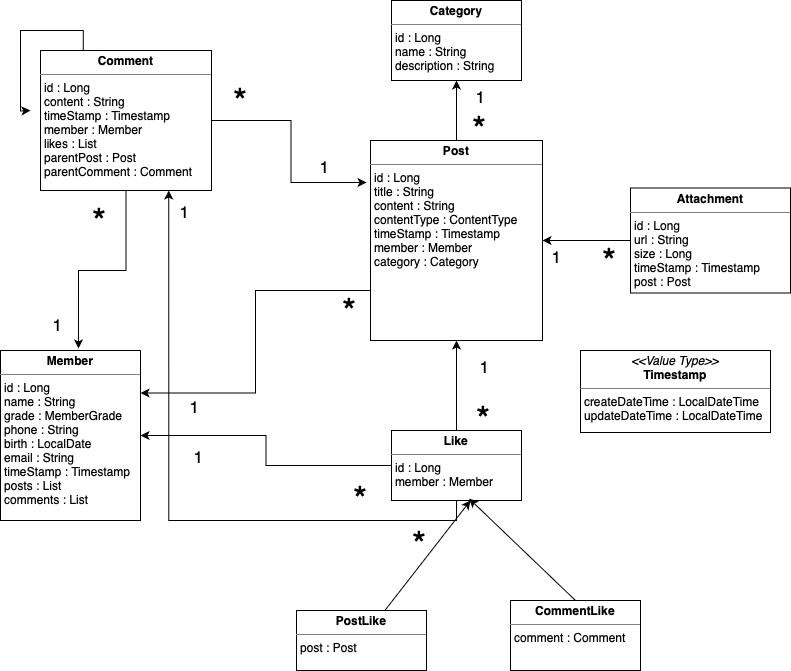
Seoultech-Darakbang/Community1 keeps this draw.io diagram as diagram/class_diagram.png. Above is the earlier version. Source tidied: cells renumbered, new cells last; positions are measured from the earlier drawing's top-left corner, leaving out a move shared by most shapes.
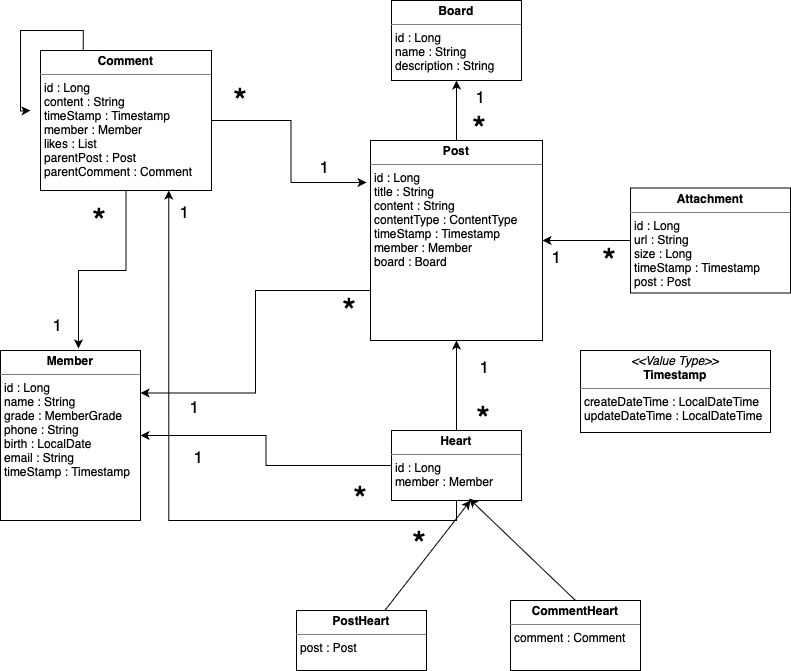
After the change.

Commit message:
change class name

Diff of the diagram source:
```diff
@@ -2,7 +2,7 @@
   <root>
     <mxCell id="0" />
     <mxCell id="1" parent="0" />
-    <mxCell id="2" value="&lt;p style=&quot;margin:0px;margin-top:4px;text-align:center;&quot;&gt;&lt;b&gt;Member&lt;/b&gt;&lt;/p&gt;&lt;hr size=&quot;1&quot; style=&quot;border-style:solid;&quot;&gt;&lt;p style=&quot;margin:0px;margin-left:4px;&quot;&gt;id : Long&lt;/p&gt;&lt;p style=&quot;margin:0px;margin-left:4px;&quot;&gt;name : String&lt;/p&gt;&lt;p style=&quot;margin:0px;margin-left:4px;&quot;&gt;grade : MemberGrade&lt;/p&gt;&lt;p style=&quot;margin:0px;margin-left:4px;&quot;&gt;phone : String&lt;/p&gt;&lt;p style=&quot;margin:0px;margin-left:4px;&quot;&gt;birth : LocalDate&lt;/p&gt;&lt;p style=&quot;margin:0px;margin-left:4px;&quot;&gt;email : String&lt;/p&gt;&lt;p style=&quot;margin:0px;margin-left:4px;&quot;&gt;timeStamp : Timestamp&lt;br&gt;&lt;/p&gt;&lt;p style=&quot;margin:0px;margin-left:4px;&quot;&gt;posts : List&lt;/p&gt;&lt;p style=&quot;margin:0px;margin-left:4px;&quot;&gt;comments : List&lt;/p&gt;" style="verticalAlign=top;align=left;overflow=fill;html=1;whiteSpace=wrap;" parent="1" vertex="1">
+    <mxCell id="2" value="&lt;p style=&quot;margin:0px;margin-top:4px;text-align:center;&quot;&gt;&lt;b&gt;Member&lt;/b&gt;&lt;/p&gt;&lt;hr size=&quot;1&quot; style=&quot;border-style:solid;&quot;&gt;&lt;p style=&quot;margin:0px;margin-left:4px;&quot;&gt;id : Long&lt;/p&gt;&lt;p style=&quot;margin:0px;margin-left:4px;&quot;&gt;name : String&lt;/p&gt;&lt;p style=&quot;margin:0px;margin-left:4px;&quot;&gt;grade : MemberGrade&lt;/p&gt;&lt;p style=&quot;margin:0px;margin-left:4px;&quot;&gt;phone : String&lt;/p&gt;&lt;p style=&quot;margin:0px;margin-left:4px;&quot;&gt;birth : LocalDate&lt;/p&gt;&lt;p style=&quot;margin:0px;margin-left:4px;&quot;&gt;email : String&lt;/p&gt;&lt;p style=&quot;margin:0px;margin-left:4px;&quot;&gt;timeStamp : Timestamp&lt;/p&gt;" style="verticalAlign=top;align=left;overflow=fill;html=1;whiteSpace=wrap;" parent="1" vertex="1">
       <mxGeometry y="350" width="140" height="170" as="geometry" />
     </mxCell>
     <mxCell id="3" style="edgeStyle=orthogonalEdgeStyle;rounded=0;jettySize=auto;html=1;exitX=0.5;exitY=0;exitDx=0;exitDy=0;entryX=0.5;entryY=1;entryDx=0;entryDy=0;" parent="1" edge="1" source="5" target="12">
@@ -11,7 +11,7 @@
     <mxCell id="4" style="edgeStyle=orthogonalEdgeStyle;rounded=0;jettySize=auto;html=1;exitX=0;exitY=0.75;exitDx=0;exitDy=0;entryX=1;entryY=0.25;entryDx=0;entryDy=0;" parent="1" edge="1" source="5" target="2">
       <mxGeometry relative="1" as="geometry" />
     </mxCell>
-    <mxCell id="5" value="&lt;p style=&quot;margin:0px;margin-top:4px;text-align:center;&quot;&gt;&lt;b&gt;Post&lt;/b&gt;&lt;/p&gt;&lt;hr size=&quot;1&quot; style=&quot;border-style:solid;&quot;&gt;&lt;p style=&quot;margin:0px;margin-left:4px;&quot;&gt;id : Long&lt;/p&gt;&lt;p style=&quot;margin:0px;margin-left:4px;&quot;&gt;title : String&lt;/p&gt;&lt;p style=&quot;margin:0px;margin-left:4px;&quot;&gt;content : String&lt;/p&gt;&lt;p style=&quot;margin:0px;margin-left:4px;&quot;&gt;contentType : ContentType&lt;/p&gt;&lt;p style=&quot;margin:0px;margin-left:4px;&quot;&gt;timeStamp : Timestamp&lt;/p&gt;&lt;p style=&quot;margin:0px;margin-left:4px;&quot;&gt;member : Member&lt;/p&gt;&lt;p style=&quot;margin:0px;margin-left:4px;&quot;&gt;category : Category&lt;/p&gt;" style="verticalAlign=top;align=left;overflow=fill;html=1;whiteSpace=wrap;" parent="1" vertex="1">
+    <mxCell id="5" value="&lt;p style=&quot;margin:0px;margin-top:4px;text-align:center;&quot;&gt;&lt;b&gt;Post&lt;/b&gt;&lt;/p&gt;&lt;hr size=&quot;1&quot; style=&quot;border-style:solid;&quot;&gt;&lt;p style=&quot;margin:0px;margin-left:4px;&quot;&gt;id : Long&lt;/p&gt;&lt;p style=&quot;margin:0px;margin-left:4px;&quot;&gt;title : String&lt;/p&gt;&lt;p style=&quot;margin:0px;margin-left:4px;&quot;&gt;content : String&lt;/p&gt;&lt;p style=&quot;margin:0px;margin-left:4px;&quot;&gt;contentType : ContentType&lt;/p&gt;&lt;p style=&quot;margin:0px;margin-left:4px;&quot;&gt;timeStamp : Timestamp&lt;/p&gt;&lt;p style=&quot;margin:0px;margin-left:4px;&quot;&gt;member : Member&lt;/p&gt;&lt;p style=&quot;margin:0px;margin-left:4px;&quot;&gt;board : Board&lt;/p&gt;" style="verticalAlign=top;align=left;overflow=fill;html=1;whiteSpace=wrap;" parent="1" vertex="1">
       <mxGeometry x="370" y="140" width="172" height="200" as="geometry" />
     </mxCell>
     <mxCell id="6" style="edgeStyle=orthogonalEdgeStyle;rounded=0;jettySize=auto;html=1;exitX=0.5;exitY=0;exitDx=0;exitDy=0;entryX=0.5;entryY=1;entryDx=0;entryDy=0;" parent="1" edge="1" source="9" target="5">
@@ -23,7 +23,7 @@
     <mxCell id="8" style="edgeStyle=orthogonalEdgeStyle;rounded=0;jettySize=auto;html=1;exitX=0.5;exitY=1;exitDx=0;exitDy=0;entryX=0.75;entryY=1;entryDx=0;entryDy=0;" parent="1" edge="1" source="9" target="14">
       <mxGeometry relative="1" as="geometry" />
     </mxCell>
-    <mxCell id="9" value="&lt;p style=&quot;margin:0px;margin-top:4px;text-align:center;&quot;&gt;&lt;b&gt;Like&lt;/b&gt;&lt;/p&gt;&lt;hr size=&quot;1&quot; style=&quot;border-style:solid;&quot;&gt;&lt;p style=&quot;margin:0px;margin-left:4px;&quot;&gt;id : Long&lt;/p&gt;&lt;p style=&quot;margin:0px;margin-left:4px;&quot;&gt;member : Member&lt;/p&gt;&lt;p style=&quot;margin:0px;margin-left:4px;&quot;&gt;&lt;br&gt;&lt;/p&gt;" style="verticalAlign=top;align=left;overflow=fill;html=1;whiteSpace=wrap;" parent="1" vertex="1">
+    <mxCell id="9" value="&lt;p style=&quot;margin:0px;margin-top:4px;text-align:center;&quot;&gt;&lt;b&gt;Heart&lt;/b&gt;&lt;/p&gt;&lt;hr size=&quot;1&quot; style=&quot;border-style:solid;&quot;&gt;&lt;p style=&quot;margin:0px;margin-left:4px;&quot;&gt;id : Long&lt;/p&gt;&lt;p style=&quot;margin:0px;margin-left:4px;&quot;&gt;member : Member&lt;/p&gt;&lt;p style=&quot;margin:0px;margin-left:4px;&quot;&gt;&lt;br&gt;&lt;/p&gt;" style="verticalAlign=top;align=left;overflow=fill;html=1;whiteSpace=wrap;" parent="1" vertex="1">
       <mxGeometry x="391" y="430" width="130" height="70" as="geometry" />
     </mxCell>
     <mxCell id="10" style="edgeStyle=orthogonalEdgeStyle;rounded=0;jettySize=auto;html=1;exitX=0;exitY=0.5;exitDx=0;exitDy=0;" parent="1" edge="1" source="11" target="5">
@@ -32,7 +32,7 @@
     <mxCell id="11" value="&lt;p style=&quot;margin:0px;margin-top:4px;text-align:center;&quot;&gt;&lt;b&gt;Attachment&lt;/b&gt;&lt;/p&gt;&lt;hr size=&quot;1&quot; style=&quot;border-style:solid;&quot;&gt;&lt;p style=&quot;margin:0px;margin-left:4px;&quot;&gt;id : Long&lt;/p&gt;&lt;p style=&quot;margin:0px;margin-left:4px;&quot;&gt;url : String&lt;/p&gt;&lt;p style=&quot;margin:0px;margin-left:4px;&quot;&gt;size : Long&lt;/p&gt;&lt;p style=&quot;margin:0px;margin-left:4px;&quot;&gt;timeStamp : Timestamp&lt;/p&gt;&lt;p style=&quot;margin:0px;margin-left:4px;&quot;&gt;post : Post&lt;/p&gt;" style="verticalAlign=top;align=left;overflow=fill;html=1;whiteSpace=wrap;" parent="1" vertex="1">
       <mxGeometry x="630" y="187.5" width="160" height="105" as="geometry" />
     </mxCell>
-    <mxCell id="12" value="&lt;p style=&quot;margin:0px;margin-top:4px;text-align:center;&quot;&gt;&lt;b&gt;Category&lt;/b&gt;&lt;/p&gt;&lt;hr size=&quot;1&quot; style=&quot;border-style:solid;&quot;&gt;&lt;p style=&quot;margin:0px;margin-left:4px;&quot;&gt;id : Long&lt;/p&gt;&lt;p style=&quot;margin:0px;margin-left:4px;&quot;&gt;name : String&lt;/p&gt;&lt;p style=&quot;margin:0px;margin-left:4px;&quot;&gt;description : String&lt;/p&gt;" style="verticalAlign=top;align=left;overflow=fill;html=1;whiteSpace=wrap;" parent="1" vertex="1">
+    <mxCell id="12" value="&lt;p style=&quot;margin:0px;margin-top:4px;text-align:center;&quot;&gt;&lt;b&gt;Board&lt;/b&gt;&lt;/p&gt;&lt;hr size=&quot;1&quot; style=&quot;border-style:solid;&quot;&gt;&lt;p style=&quot;margin:0px;margin-left:4px;&quot;&gt;id : Long&lt;/p&gt;&lt;p style=&quot;margin:0px;margin-left:4px;&quot;&gt;name : String&lt;/p&gt;&lt;p style=&quot;margin:0px;margin-left:4px;&quot;&gt;description : String&lt;/p&gt;" style="verticalAlign=top;align=left;overflow=fill;html=1;whiteSpace=wrap;" parent="1" vertex="1">
       <mxGeometry x="391" width="130" height="80" as="geometry" />
     </mxCell>
     <mxCell id="13" style="edgeStyle=orthogonalEdgeStyle;rounded=0;jettySize=auto;html=1;exitX=0.25;exitY=0;exitDx=0;exitDy=0;" parent="1" edge="1" source="14">
@@ -99,10 +99,10 @@
         <mxPoint x="470" y="500" as="targetPoint" />
       </mxGeometry>
     </mxCell>
-    <mxCell id="33" value="&lt;p style=&quot;margin:0px;margin-top:4px;text-align:center;&quot;&gt;&lt;b&gt;PostLike&lt;/b&gt;&lt;/p&gt;&lt;hr size=&quot;1&quot; style=&quot;border-style:solid;&quot;&gt;&lt;p style=&quot;margin:0px;margin-left:4px;&quot;&gt;post : Post&lt;/p&gt;&lt;p style=&quot;margin:0px;margin-left:4px;&quot;&gt;&lt;br&gt;&lt;/p&gt;" style="verticalAlign=top;align=left;overflow=fill;html=1;whiteSpace=wrap;" parent="1" vertex="1">
+    <mxCell id="33" value="&lt;p style=&quot;margin:0px;margin-top:4px;text-align:center;&quot;&gt;&lt;b&gt;PostHeart&lt;/b&gt;&lt;/p&gt;&lt;hr size=&quot;1&quot; style=&quot;border-style:solid;&quot;&gt;&lt;p style=&quot;margin:0px;margin-left:4px;&quot;&gt;post : Post&lt;/p&gt;&lt;p style=&quot;margin:0px;margin-left:4px;&quot;&gt;&lt;br&gt;&lt;/p&gt;" style="verticalAlign=top;align=left;overflow=fill;html=1;whiteSpace=wrap;" parent="1" vertex="1">
       <mxGeometry x="296" y="610" width="130" height="60" as="geometry" />
     </mxCell>
-    <mxCell id="34" value="&lt;p style=&quot;margin:0px;margin-top:4px;text-align:center;&quot;&gt;&lt;b&gt;CommentLike&lt;/b&gt;&lt;/p&gt;&lt;hr size=&quot;1&quot; style=&quot;border-style:solid;&quot;&gt;&lt;p style=&quot;margin:0px;margin-left:4px;&quot;&gt;comment : Comment&lt;/p&gt;&lt;p style=&quot;margin:0px;margin-left:4px;&quot;&gt;&lt;br&gt;&lt;/p&gt;" style="verticalAlign=top;align=left;overflow=fill;html=1;whiteSpace=wrap;" parent="1" vertex="1">
+    <mxCell id="34" value="&lt;p style=&quot;margin:0px;margin-top:4px;text-align:center;&quot;&gt;&lt;b&gt;CommentHeart&lt;/b&gt;&lt;/p&gt;&lt;hr size=&quot;1&quot; style=&quot;border-style:solid;&quot;&gt;&lt;p style=&quot;margin:0px;margin-left:4px;&quot;&gt;comment : Comment&lt;/p&gt;&lt;p style=&quot;margin:0px;margin-left:4px;&quot;&gt;&lt;br&gt;&lt;/p&gt;" style="verticalAlign=top;align=left;overflow=fill;html=1;whiteSpace=wrap;" parent="1" vertex="1">
       <mxGeometry x="510" y="600" width="130" height="70" as="geometry" />
     </mxCell>
     <mxCell id="35" style="edgeStyle=none;rounded=0;jettySize=auto;html=1;exitX=0.5;exitY=0;exitDx=0;exitDy=0;entryX=0.597;entryY=0.973;entryDx=0;entryDy=0;entryPerimeter=0;" parent="1" edge="1" source="34" target="9">
```
